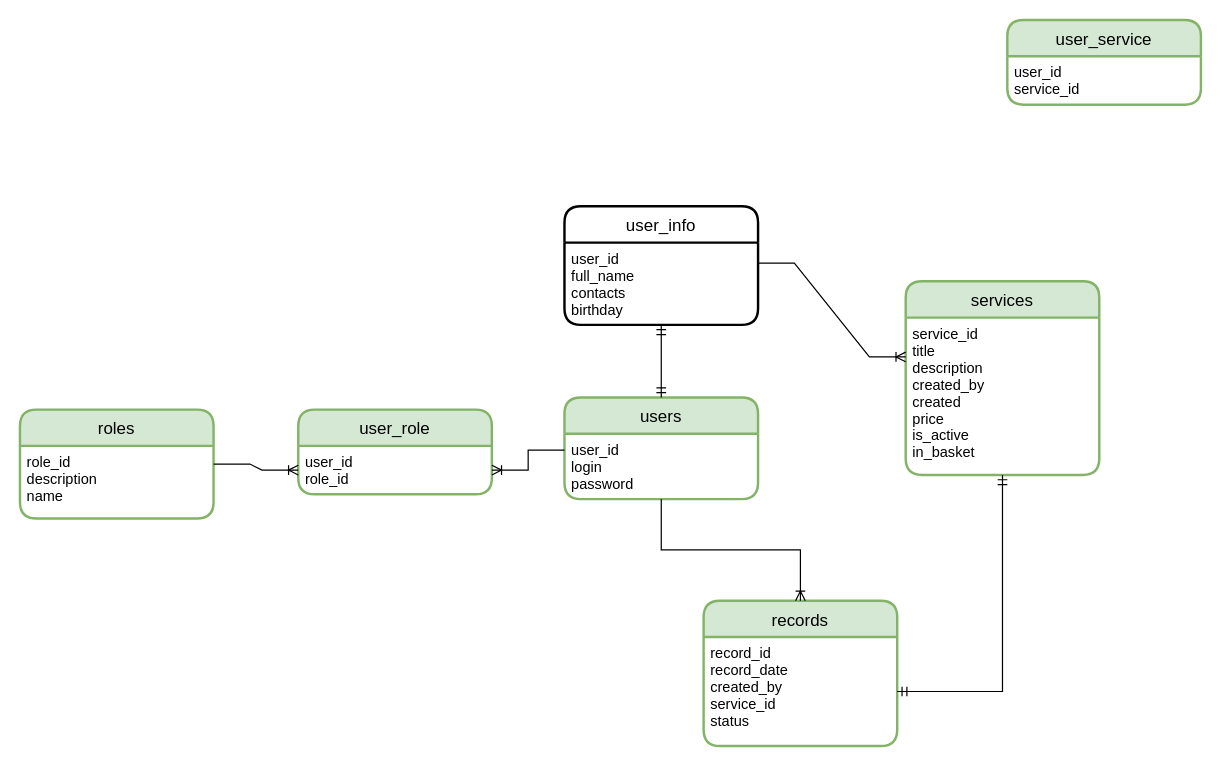
Before: db_schema.drawio in LeksinaAnna/self-employed-services, a draw.io diagram. Source tidied: cells renumbered, new cells numbered last; positions are measured from the earlier drawing's top-left corner, leaving out a move shared by most shapes. Both pictures are drawn from the tidied source at 121%, with x=0, y=0 at pixel (19, 19).
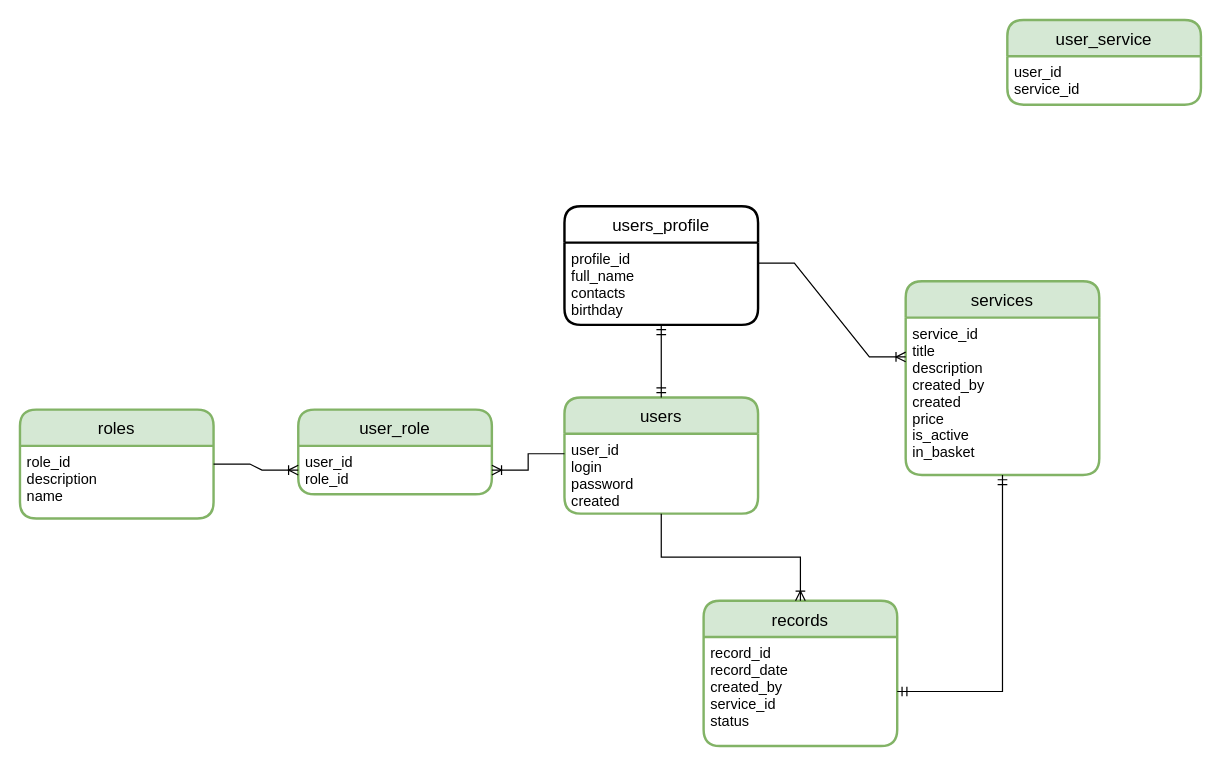
After the change.

What changed in the source:
```diff
@@
     <mxCell id="2" value="users" style="swimlane;horizontal=1;startSize=30;rounded=1;fontSize=14;fontStyle=0;strokeWidth=2;shadow=0;dashed=0;align=center;fillColor=#d5e8d4;strokeColor=#82b366;" parent="1" vertex="1">
-      <mxGeometry x="450" y="312" width="160" height="84" as="geometry" />
+      <mxGeometry x="450" y="312" width="160" height="96" as="geometry" />
     </mxCell>
-    <mxCell id="3" value="user_id&#10;login&#10;password" style="align=left;strokeColor=none;fillColor=none;spacingLeft=4;fontSize=12;verticalAlign=top;" parent="2" vertex="1">
-      <mxGeometry y="30" width="160" height="54" as="geometry" />
+    <mxCell id="3" value="user_id&#10;login&#10;password&#10;created" style="align=left;strokeColor=none;fillColor=none;spacingLeft=4;fontSize=12;verticalAlign=top;" parent="2" vertex="1">
+      <mxGeometry y="30" width="160" height="66" as="geometry" />
     </mxCell>
@@
-    <mxCell id="19" value="user_info" style="swimlane;horizontal=1;startSize=30;rounded=1;fontSize=14;fontStyle=0;strokeWidth=2;shadow=0;dashed=0;align=center;gradientColor=none;" parent="1" vertex="1">
+    <mxCell id="19" value="users_profile" style="swimlane;horizontal=1;startSize=30;rounded=1;fontSize=14;fontStyle=0;strokeWidth=2;shadow=0;dashed=0;align=center;gradientColor=none;" parent="1" vertex="1">
       <mxGeometry x="450" y="154" width="160" height="98" as="geometry" />
     </mxCell>
-    <mxCell id="20" value="user_id&#10;full_name&#10;contacts&#10;birthday" style="align=left;strokeColor=none;fillColor=none;spacingLeft=4;fontSize=12;verticalAlign=top;" parent="19" vertex="1">
+    <mxCell id="20" value="profile_id&#10;full_name&#10;contacts&#10;birthday" style="align=left;strokeColor=none;fillColor=none;spacingLeft=4;fontSize=12;verticalAlign=top;" parent="19" vertex="1">
       <mxGeometry y="30" width="160" height="68" as="geometry" />
     </mxCell>
```
